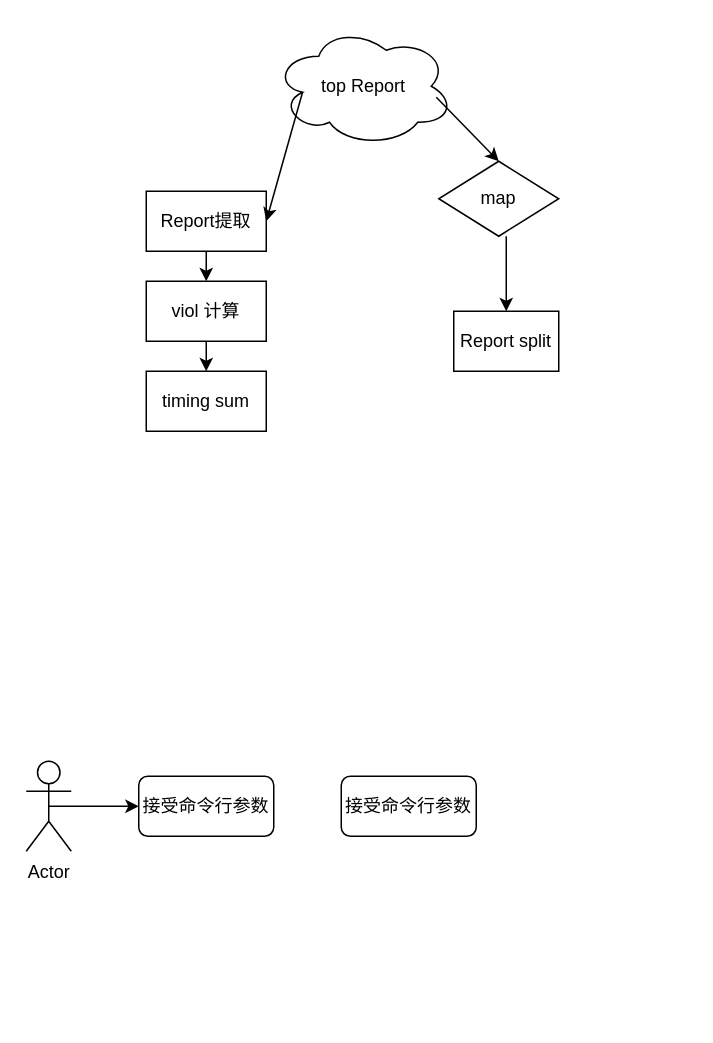
This is sta.drawio from C9420/Graph, a draw.io file, before an edit. Source tidied: cells renumbered, new cells numbered last; positions are measured from the earlier drawing's top-left corner, leaving out a move shared by most shapes. Both pictures are drawn from the tidied source at 150%, with x=0, y=0 at pixel (26, 26).
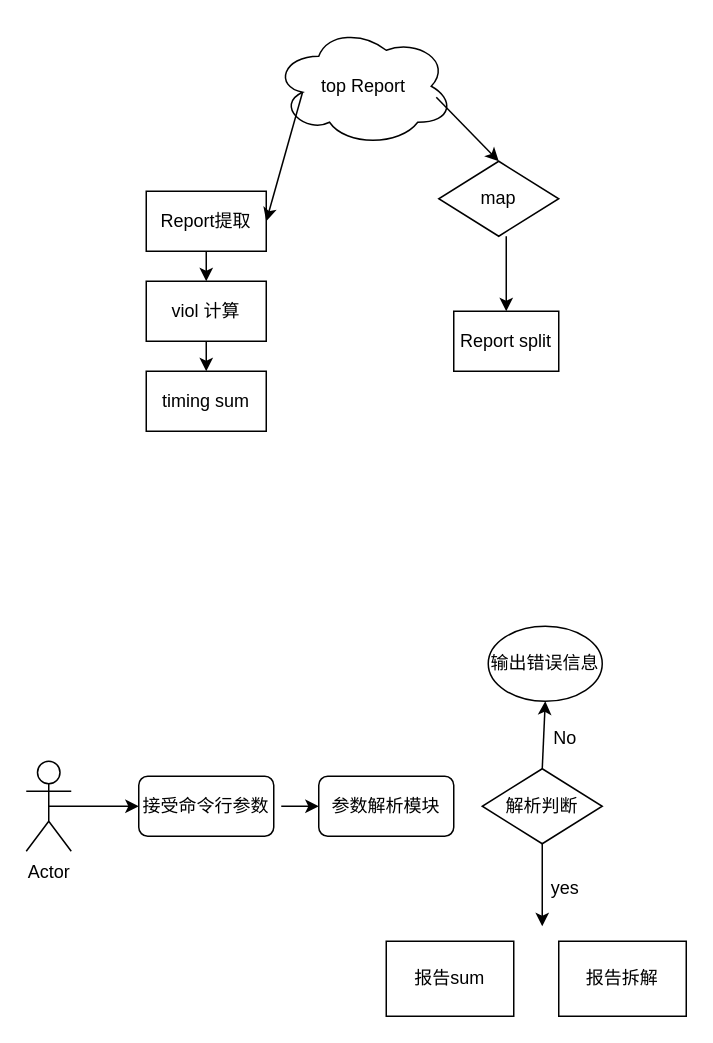
After the change.

The edit, as a diff of the source:
```diff
@@
-    <mxCell id="16" value="接受命令行参数" style="rounded=1;whiteSpace=wrap;html=1;" parent="1" vertex="1">
-      <mxGeometry x="210" y="500" width="90" height="40" as="geometry" />
+    <mxCell id="16" value="参数解析模块" style="rounded=1;whiteSpace=wrap;html=1;" parent="1" vertex="1">
+      <mxGeometry x="195" y="500" width="90" height="40" as="geometry" />
     </mxCell>
+    <mxCell id="17" style="endArrow=classic;html=1;rounded=0;entryX=0;entryY=0.5;entryDx=0;entryDy=0;" parent="1" edge="1" target="16">
+      <mxGeometry relative="1" as="geometry">
+        <mxPoint x="170" y="520" as="sourcePoint" />
+      </mxGeometry>
+    </mxCell>
+    <mxCell id="18" value="解析判断" style="rhombus;whiteSpace=wrap;html=1;" parent="1" vertex="1">
+      <mxGeometry x="304" y="495" width="80" height="50" as="geometry" />
+    </mxCell>
+    <mxCell id="19" value="输出错误信息" style="ellipse;whiteSpace=wrap;html=1;" parent="1" vertex="1">
+      <mxGeometry x="308" y="400" width="76" height="50" as="geometry" />
+    </mxCell>
+    <mxCell id="20" style="endArrow=classic;html=1;rounded=0;exitX=0.5;exitY=0;exitDx=0;exitDy=0;entryX=0.5;entryY=1;entryDx=0;entryDy=0;" parent="1" edge="1" source="18" target="19">
+      <mxGeometry relative="1" as="geometry" />
+    </mxCell>
+    <mxCell id="21" value="No" style="text;html=1;align=center;verticalAlign=middle;strokeColor=none;fillColor=none;" parent="1" vertex="1">
+      <mxGeometry x="339" y="460" width="40" height="30" as="geometry" />
+    </mxCell>
+    <mxCell id="22" style="endArrow=classic;html=1;rounded=0;exitX=0.5;exitY=1;exitDx=0;exitDy=0;" parent="1" edge="1" source="18">
+      <mxGeometry relative="1" as="geometry">
+        <mxPoint x="344" y="600" as="targetPoint" />
+      </mxGeometry>
+    </mxCell>
+    <mxCell id="23" value="yes" style="text;html=1;align=center;verticalAlign=middle;strokeColor=none;fillColor=none;" parent="1" vertex="1">
+      <mxGeometry x="339" y="560" width="40" height="30" as="geometry" />
+    </mxCell>
+    <mxCell id="24" value="报告sum" style="rounded=0;whiteSpace=wrap;html=1;" parent="1" vertex="1">
+      <mxGeometry x="240" y="610" width="85" height="50" as="geometry" />
+    </mxCell>
+    <mxCell id="25" value="报告拆解" style="rounded=0;whiteSpace=wrap;html=1;" parent="1" vertex="1">
+      <mxGeometry x="355" y="610" width="85" height="50" as="geometry" />
+    </mxCell>
```
